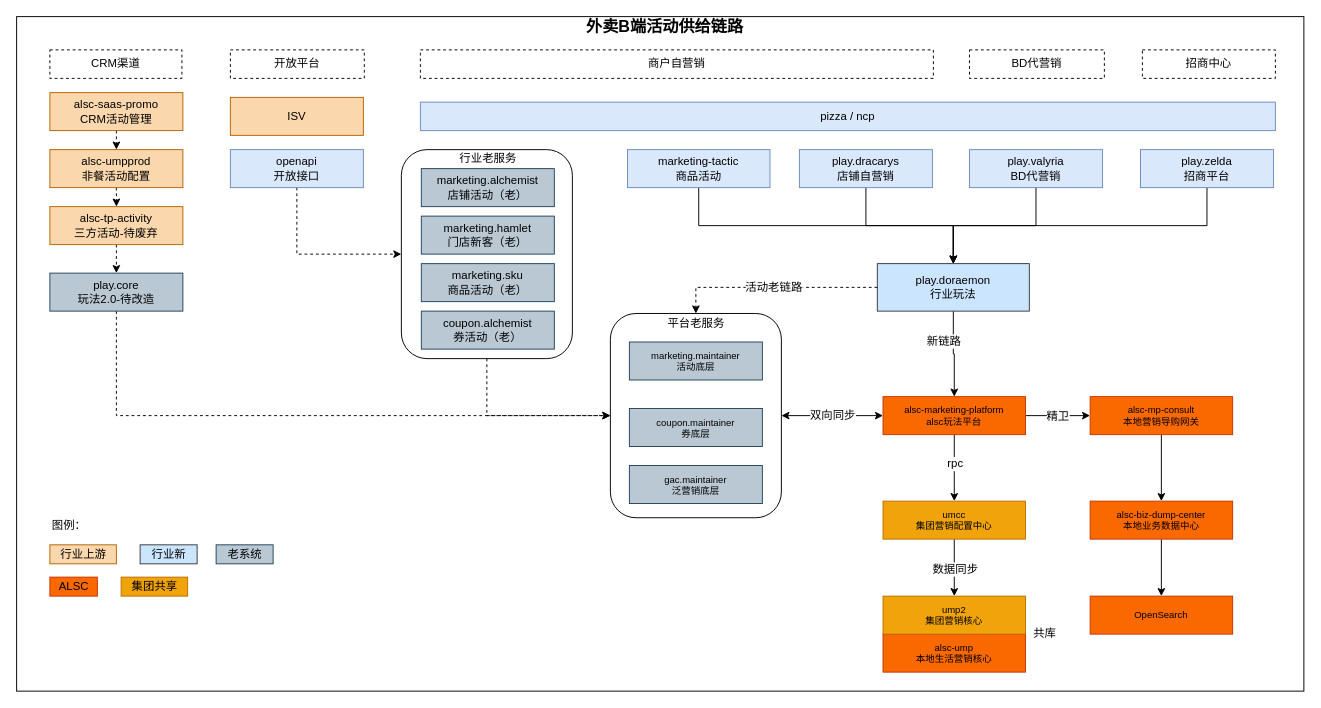
The draw.io diagram page "B端活动供给链路" (1 of 4) of 营销业务梳理.drawio in jon-kong/draw.io, before the edit. Source tidied: cells renumbered, new cells numbered last; positions are measured from the earlier drawing's top-left corner, leaving out a move shared by most shapes. Both pictures are drawn from the tidied source at 95%, with x=0, y=0 at pixel (16, 16).
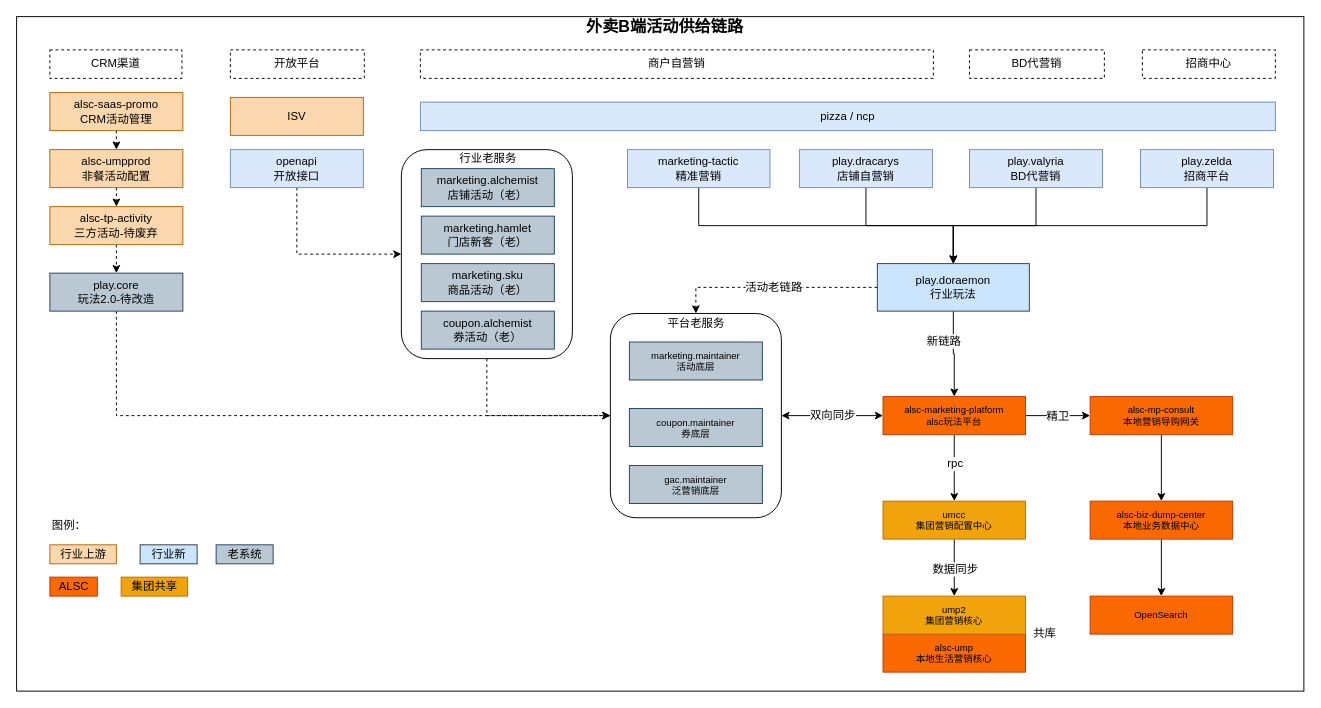
The same diagram, later.

Commit message:
Update 营销业务梳理.drawio

What changed in the source:
```diff
@@
-    <mxCell id="46" value="marketing-tactic&lt;br&gt;商品活动" style="rounded=0;whiteSpace=wrap;html=1;fillColor=#dae8fc;strokeColor=#6c8ebf;" parent="1" vertex="1">
+    <mxCell id="46" value="marketing-tactic&lt;br&gt;精准营销" style="rounded=0;whiteSpace=wrap;html=1;fillColor=#dae8fc;strokeColor=#6c8ebf;" parent="1" vertex="1">
       <mxGeometry x="643" y="140" width="150" height="40" as="geometry" />
     </mxCell>
```
